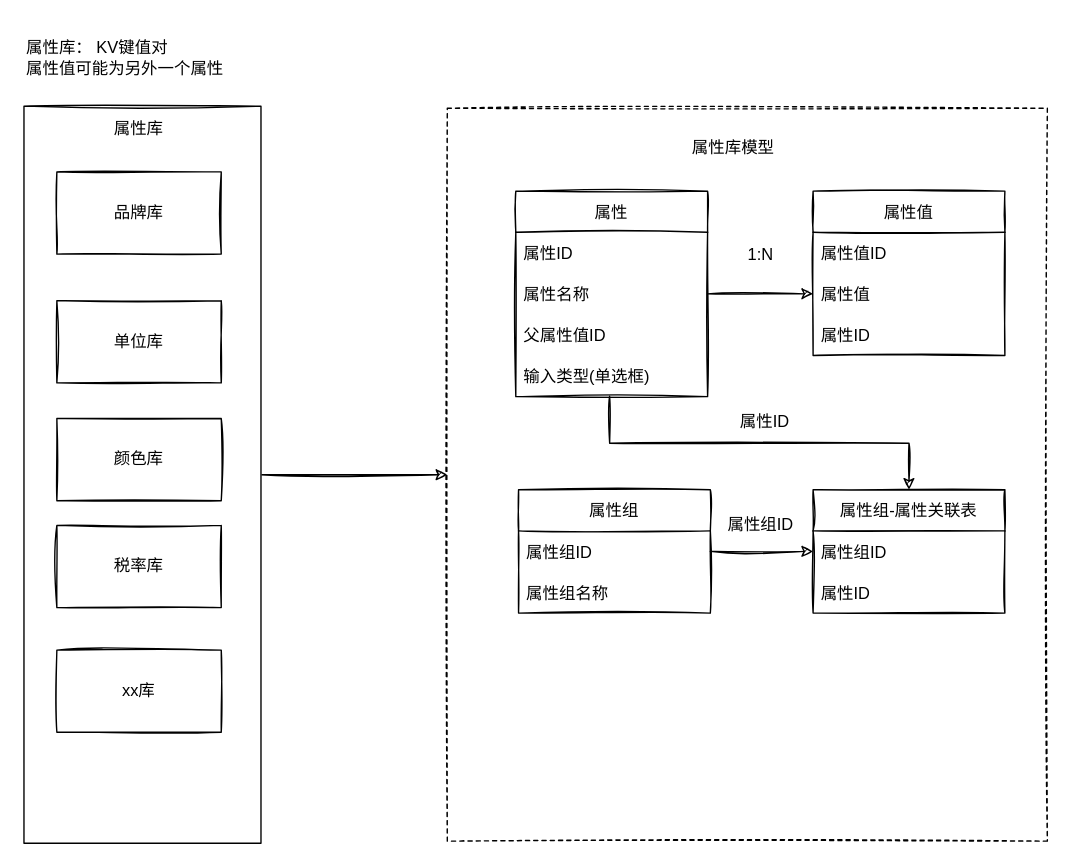
Before: page "商品系统" (6 of 6) of docs/租赁平台.drawio in lokiworks/codebase, a draw.io diagram. Source tidied: cells renumbered, new cells numbered last; positions are measured from the earlier drawing's top-left corner, leaving out a move shared by most shapes. Both pictures are drawn from the tidied source at 137%, with x=0, y=0 at pixel (23, 23).
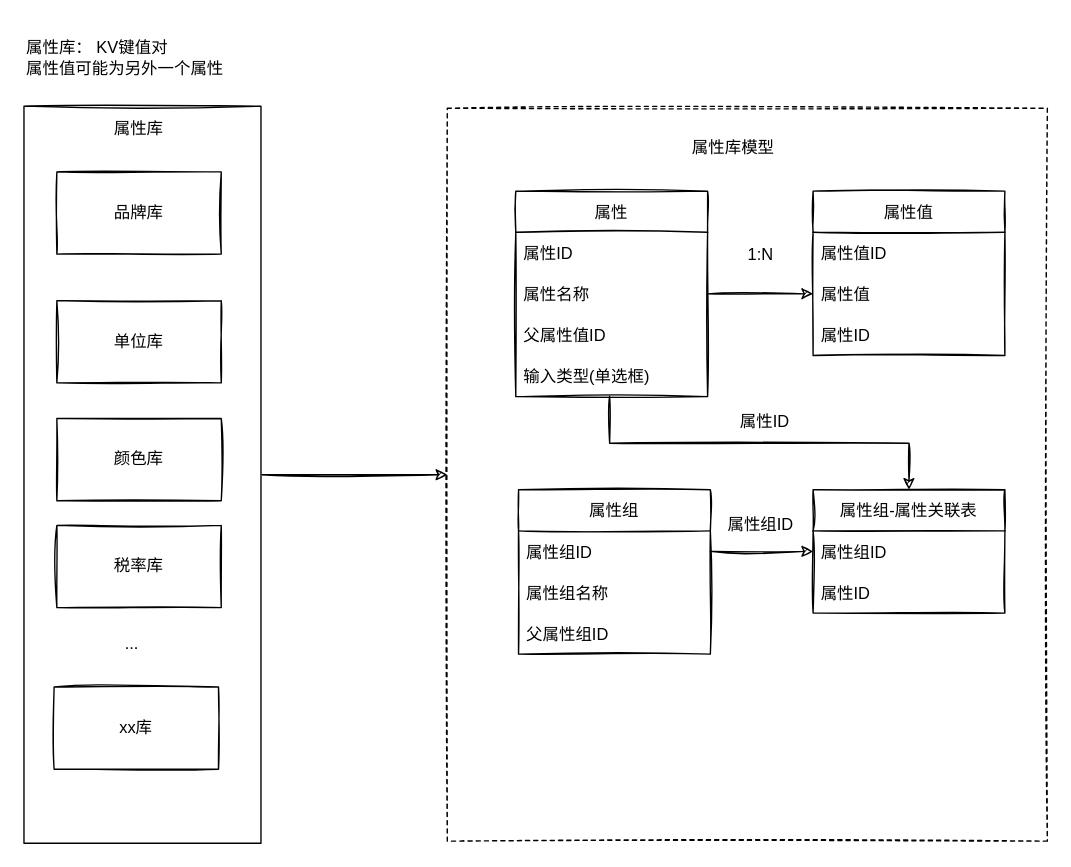
After the change.

Diff of the diagram source:
```diff
@@
     <mxCell id="18" value="xx库" style="rounded=0;whiteSpace=wrap;html=1;sketch=1;" parent="1" vertex="1">
-      <mxGeometry x="24" y="457" width="120" height="60" as="geometry" />
+      <mxGeometry x="22" y="484" width="120" height="60" as="geometry" />
     </mxCell>
@@
     <mxCell id="21" value="属性组" style="swimlane;fontStyle=0;horizontal=1;startSize=30;sketch=1;" parent="1" vertex="1">
-      <mxGeometry x="361" y="340" width="140" height="90" as="geometry" />
+      <mxGeometry x="361" y="340" width="140" height="120" as="geometry" />
     </mxCell>
@@
+    <mxCell id="35" value="父属性组ID" style="text;strokeColor=none;fillColor=none;align=left;verticalAlign=middle;spacingLeft=4;spacingRight=4;overflow=hidden;sketch=1;" parent="21" vertex="1">
+      <mxGeometry y="90" width="140" height="30" as="geometry" />
+    </mxCell>
@@
+    <mxCell id="36" value="..." style="text;html=1;strokeColor=none;fillColor=none;align=center;verticalAlign=middle;whiteSpace=wrap;rounded=0;dashed=1;sketch=1;" parent="1" vertex="1">
+      <mxGeometry x="49" y="438" width="60" height="30" as="geometry" />
+    </mxCell>
```
